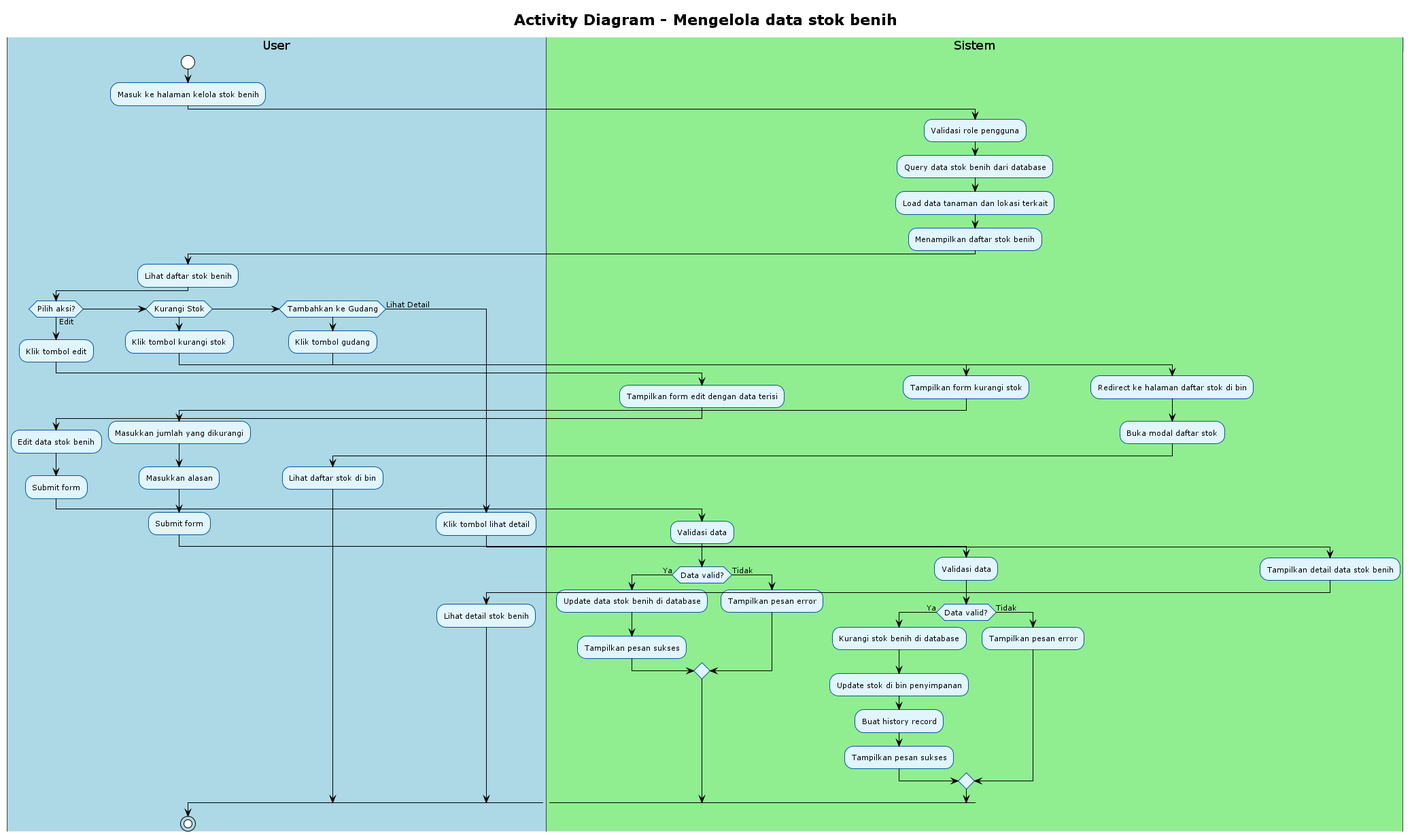
Before: out/uml/activity/Activity new/15_kelola_data_stok_benih/15_kelola_data_stok_benih.png, a diagram exported from PlantUML (Rifkiwastaken/example-app).
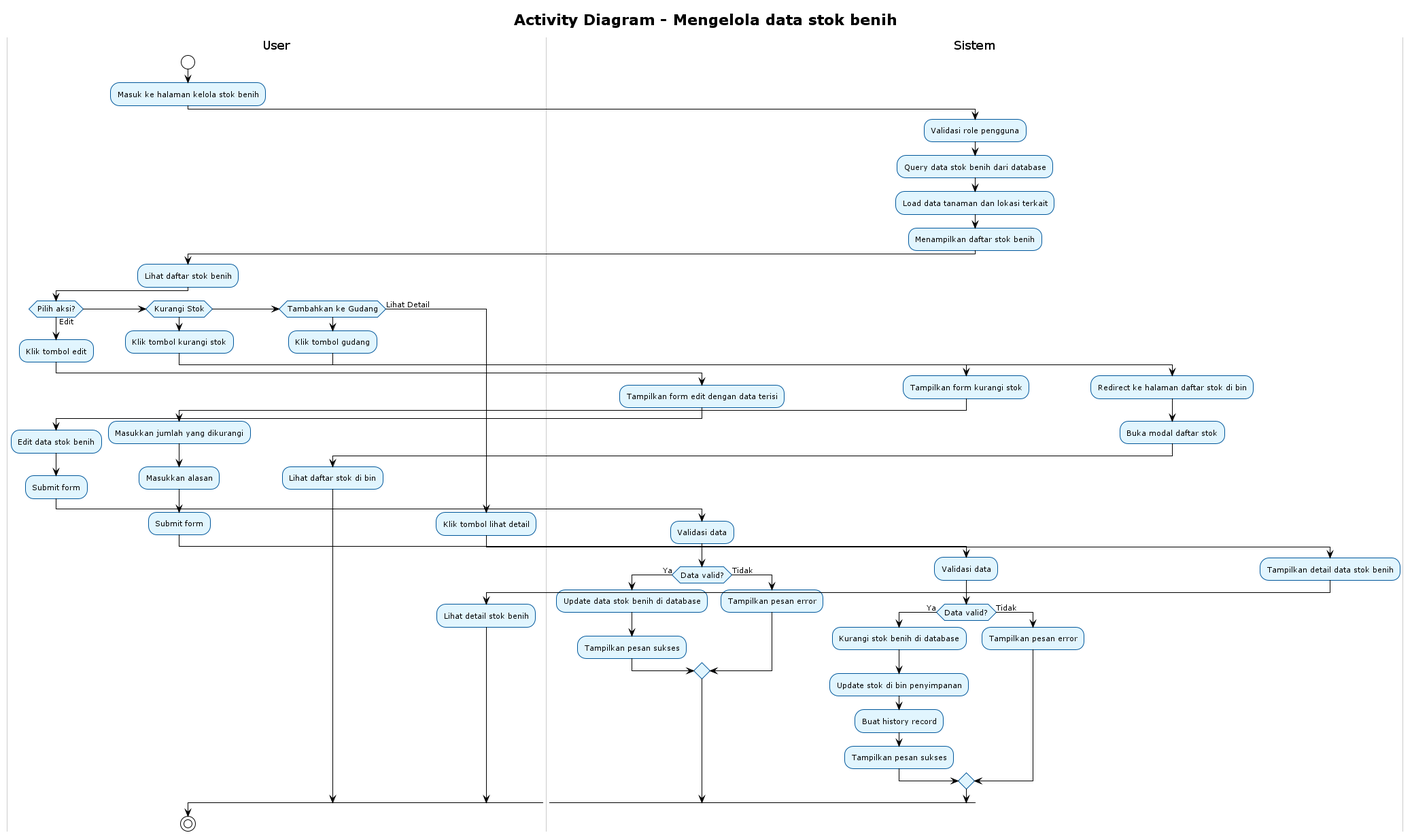
The same file after the commit.

Change to the diagram source:
```diff
@@ -1,42 +1,43 @@
 @startuml
 !theme plain
+skinparam backgroundColor white
 skinparam activity {
     BackgroundColor #E1F5FE
     BorderColor #01579B
     FontSize 11
 }
 skinparam swimlane {
-    BackgroundColor #F5F5F5
-    BorderColor #424242
-    TitleBackgroundColor #BBDEFB
-    TitleBorderColor #1976D2
+    BackgroundColor White
+    BorderColor #CCCCCC
+    TitleBackgroundColor White
+    TitleBorderColor #999999
 }
 
 title Activity Diagram - Mengelola data stok benih
 
-|#LightBlue|User|
+|#White|User|
 start
 :Masuk ke halaman kelola stok benih;
 
 
-|#LightGreen|Sistem|
+|#White|Sistem|
 :Validasi role pengguna;
 :Query data stok benih dari database;
 :Load data tanaman dan lokasi terkait;
 :Menampilkan daftar stok benih;
 
-|#LightBlue|User|
+|#White|User|
 :Lihat daftar stok benih;
 
 if (Pilih aksi?) then (Edit)
-    |#LightBlue|User|
+    |#White|User|
     :Klik tombol edit;
-    |#LightGreen|Sistem|
+    |#White|Sistem|
     :Tampilkan form edit dengan data terisi;
-    |#LightBlue|User|
+    |#White|User|
     :Edit data stok benih;
     :Submit form;
-    |#LightGreen|Sistem|
+    |#White|Sistem|
     :Validasi data;
     if (Data valid?) then (Ya)
         :Update data stok benih di database;
@@ -45,15 +46,15 @@
         :Tampilkan pesan error;
     endif
 elseif (Kurangi Stok) then
-    |#LightBlue|User|
+    |#White|User|
     :Klik tombol kurangi stok;
-    |#LightGreen|Sistem|
+    |#White|Sistem|
     :Tampilkan form kurangi stok;
-    |#LightBlue|User|
+    |#White|User|
     :Masukkan jumlah yang dikurangi;
     :Masukkan alasan;
     :Submit form;
-    |#LightGreen|Sistem|
+    |#White|Sistem|
     :Validasi data;
     if (Data valid?) then (Ya)
         :Kurangi stok benih di database;
@@ -64,19 +65,19 @@
         :Tampilkan pesan error;
     endif
 elseif (Tambahkan ke Gudang) then
-    |#LightBlue|User|
+    |#White|User|
     :Klik tombol gudang;
-    |#LightGreen|Sistem|
+    |#White|Sistem|
     :Redirect ke halaman daftar stok di bin;
     :Buka modal daftar stok;
-    |#LightBlue|User|
+    |#White|User|
     :Lihat daftar stok di bin;
 else (Lihat Detail)
-    |#LightBlue|User|
+    |#White|User|
     :Klik tombol lihat detail;
-    |#LightGreen|Sistem|
+    |#White|Sistem|
     :Tampilkan detail data stok benih;
-    |#LightBlue|User|
+    |#White|User|
     :Lihat detail stok benih;
 endif
 
```
